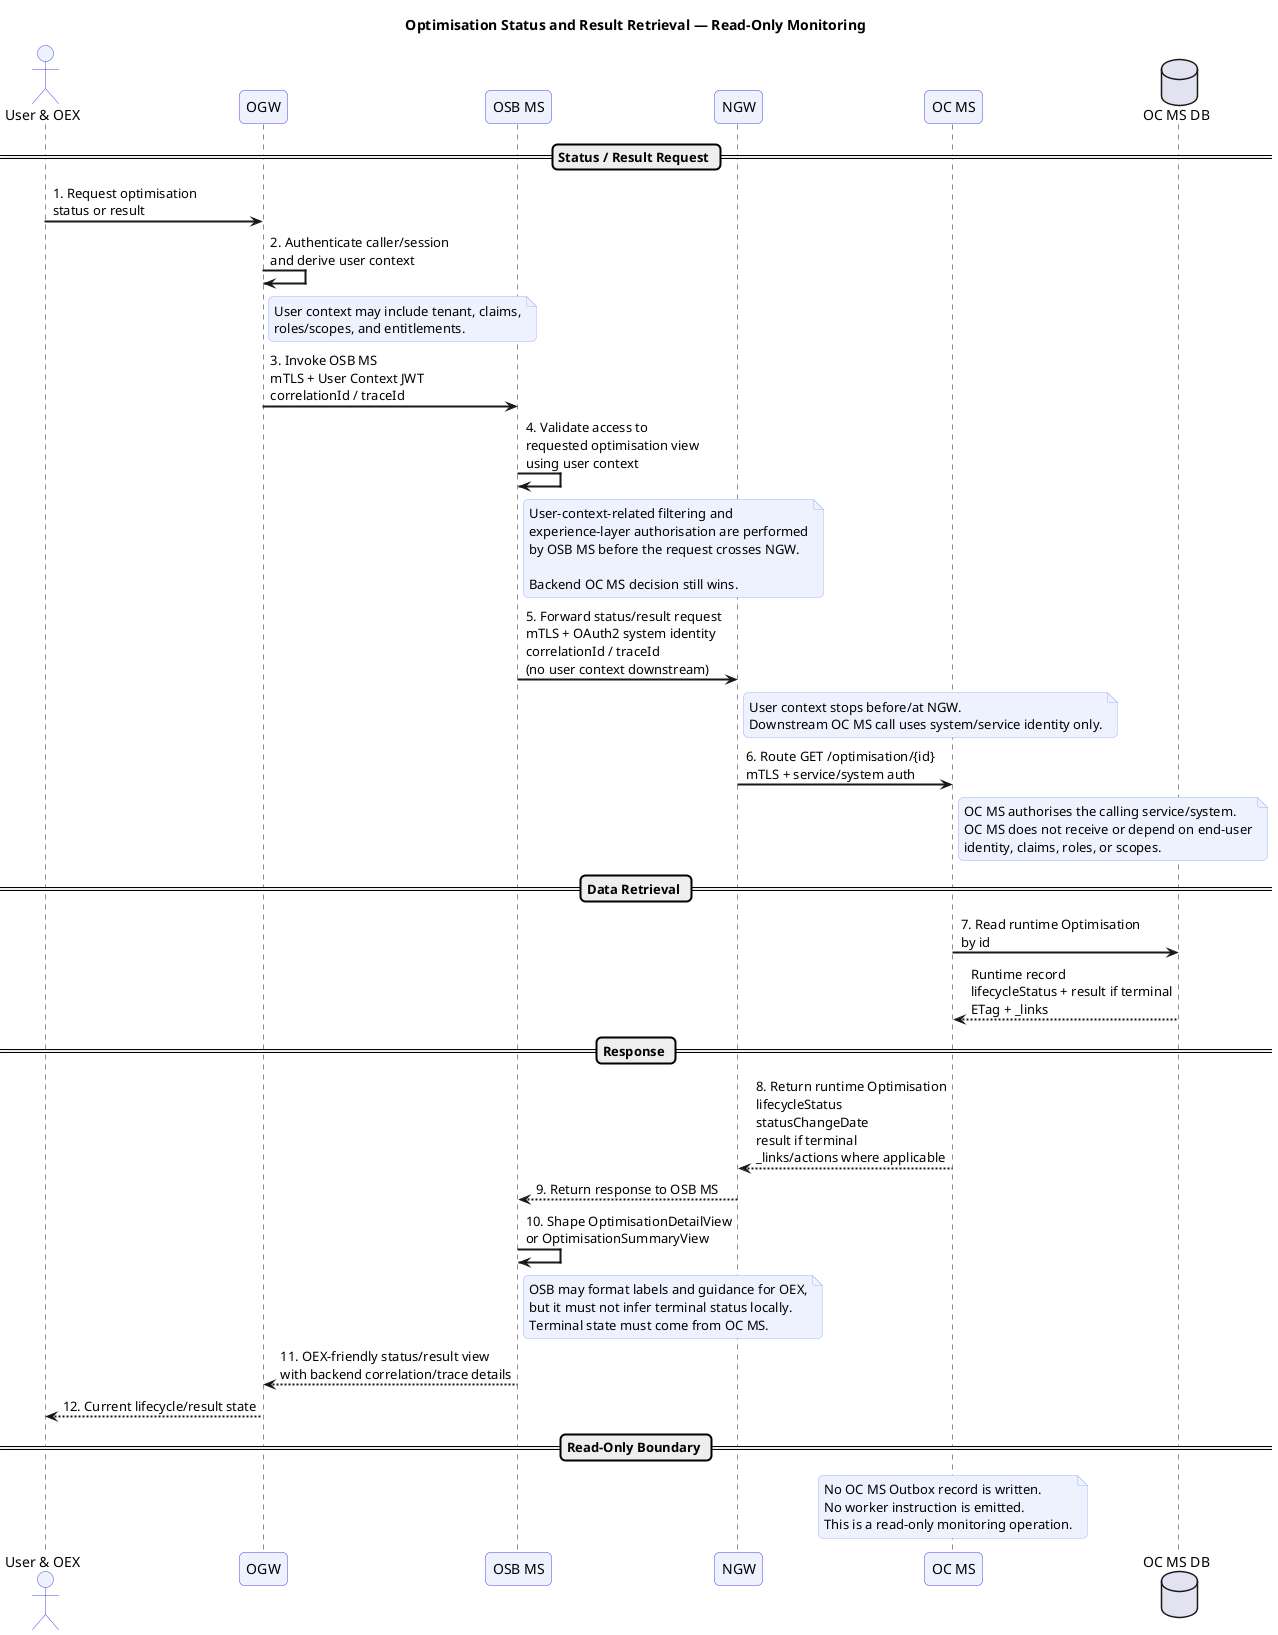
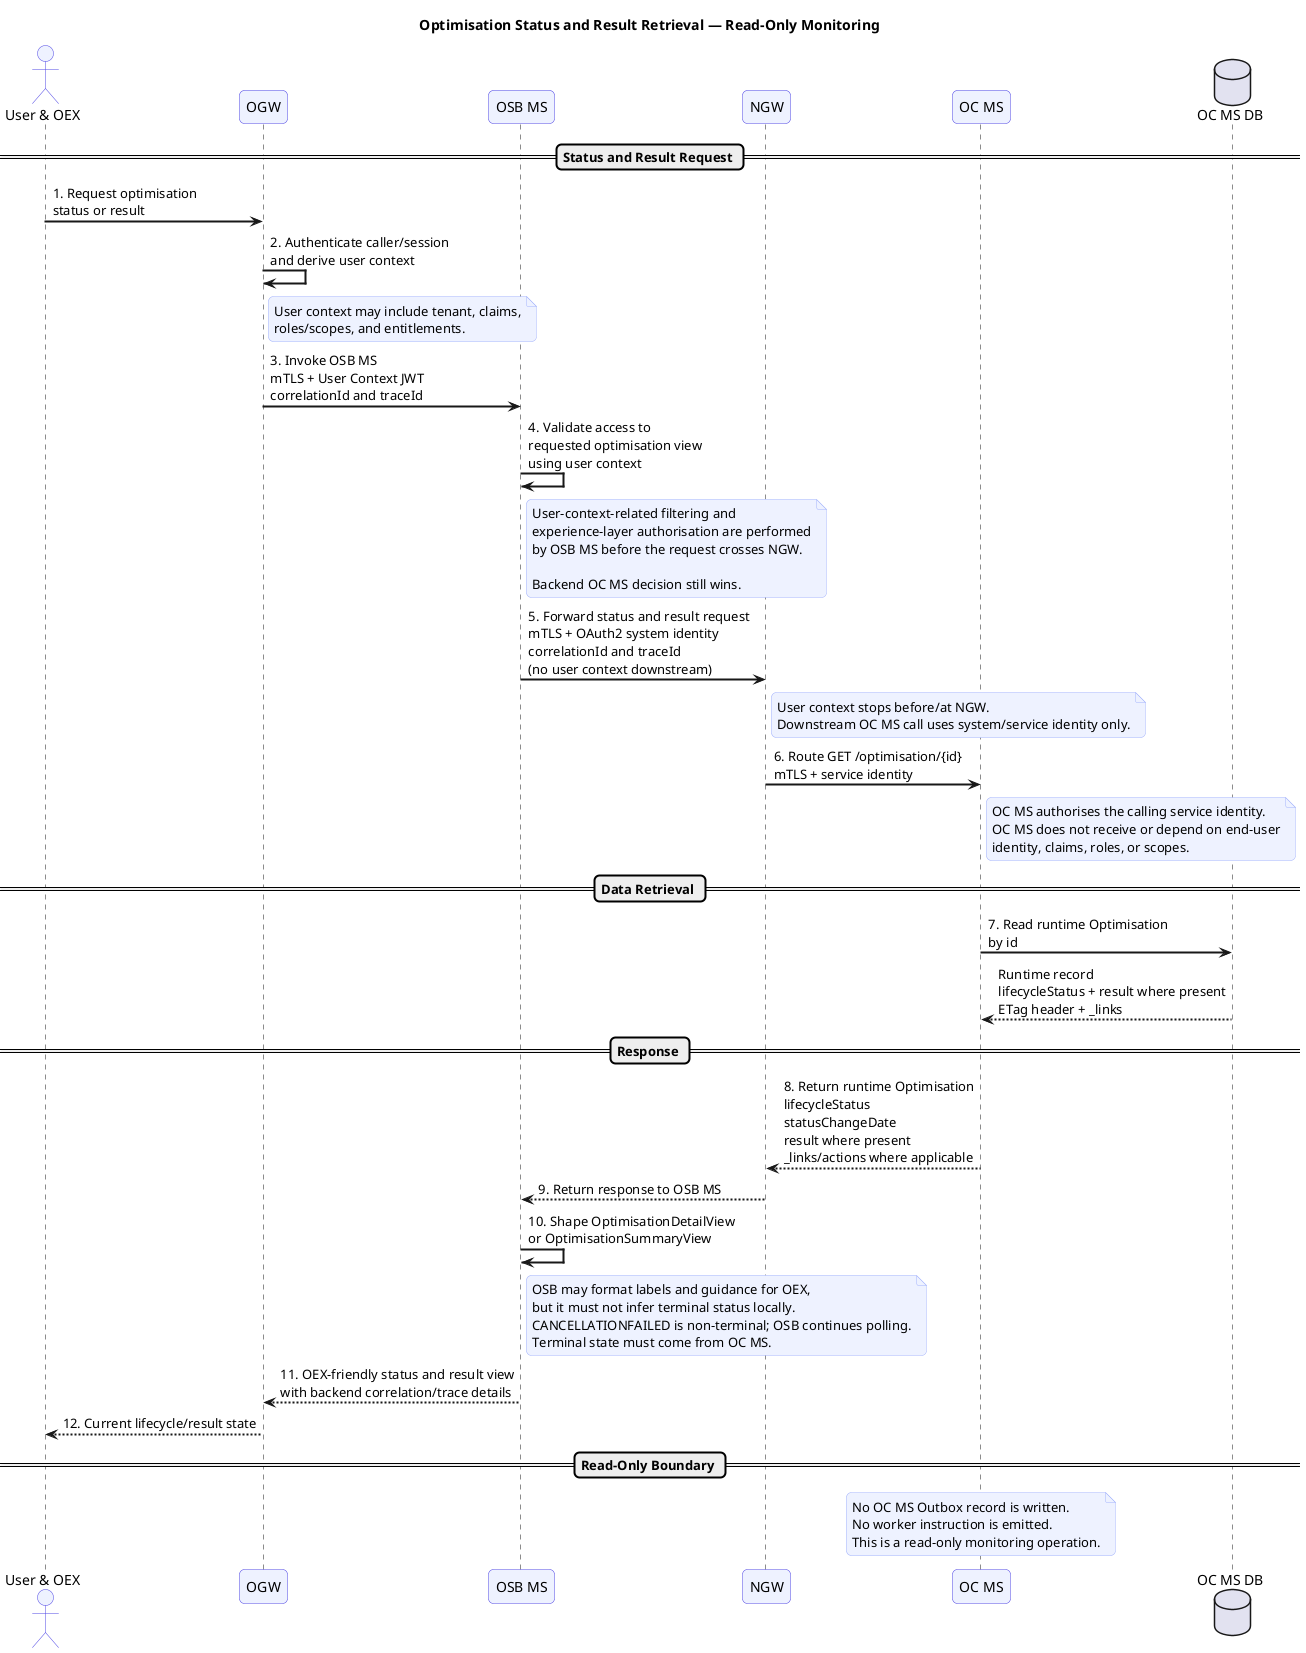
@startuml
title Optimisation Status and Result Retrieval — Read-Only Monitoring

skinparam sequenceArrowThickness 2
skinparam roundcorner 10
skinparam sequenceParticipantBackgroundColor #EEF2FF
skinparam sequenceParticipantBorderColor #4F46E5
skinparam sequenceActorBackgroundColor #EEF2FF
skinparam sequenceActorBorderColor #4F46E5
skinparam noteBorderColor #A5B4FC
skinparam noteBackgroundColor #EEF2FF

actor "User & OEX" as Caller
participant "OGW" as OGW
participant "OSB MS" as OSB
participant "NGW" as NGW
participant "OC MS" as OCMS
database "OC MS DB" as OCDB

- == Status / Result Request ==
+ == Status and Result Request ==

Caller -> OGW : 1. Request optimisation\nstatus or result
OGW -> OGW : 2. Authenticate caller/session\nand derive user context

note right of OGW
User context may include tenant, claims,
roles/scopes, and entitlements.
end note

- OGW -> OSB : 3. Invoke OSB MS\nmTLS + User Context JWT\ncorrelationId / traceId
+ OGW -> OSB : 3. Invoke OSB MS\nmTLS + User Context JWT\ncorrelationId and traceId

OSB -> OSB : 4. Validate access to\nrequested optimisation view\nusing user context

note right of OSB
User-context-related filtering and
experience-layer authorisation are performed
by OSB MS before the request crosses NGW.

Backend OC MS decision still wins.
end note

- OSB -> NGW : 5. Forward status/result request\nmTLS + OAuth2 system identity\ncorrelationId / traceId\n(no user context downstream)
+ OSB -> NGW : 5. Forward status and result request\nmTLS + OAuth2 system identity\ncorrelationId and traceId\n(no user context downstream)

note right of NGW
User context stops before/at NGW.
Downstream OC MS call uses system/service identity only.
end note

- NGW -> OCMS : 6. Route GET /optimisation/{id}\nmTLS + service/system auth
+ NGW -> OCMS : 6. Route GET /optimisation/{id}\nmTLS + service identity

note right of OCMS
- OC MS authorises the calling service/system.
+ OC MS authorises the calling service identity.
OC MS does not receive or depend on end-user
identity, claims, roles, or scopes.
end note

== Data Retrieval ==

OCMS -> OCDB : 7. Read runtime Optimisation\nby id
- OCDB --> OCMS : Runtime record\nlifecycleStatus + result if terminal\nETag + _links
+ OCDB --> OCMS : Runtime record\nlifecycleStatus + result where present\nETag header + _links

== Response ==

- OCMS --> NGW : 8. Return runtime Optimisation\nlifecycleStatus\nstatusChangeDate\nresult if terminal\n_links/actions where applicable
+ OCMS --> NGW : 8. Return runtime Optimisation\nlifecycleStatus\nstatusChangeDate\nresult where present\n_links/actions where applicable
NGW --> OSB : 9. Return response to OSB MS

OSB -> OSB : 10. Shape OptimisationDetailView\nor OptimisationSummaryView

note right of OSB
OSB may format labels and guidance for OEX,
but it must not infer terminal status locally.
+ CANCELLATIONFAILED is non-terminal; OSB continues polling.
Terminal state must come from OC MS.
end note

- OSB --> OGW : 11. OEX-friendly status/result view\nwith backend correlation/trace details
+ OSB --> OGW : 11. OEX-friendly status and result view\nwith backend correlation/trace details
OGW --> Caller : 12. Current lifecycle/result state

== Read-Only Boundary ==

note over OCMS
No OC MS Outbox record is written.
No worker instruction is emitted.
This is a read-only monitoring operation.
end note

@enduml
